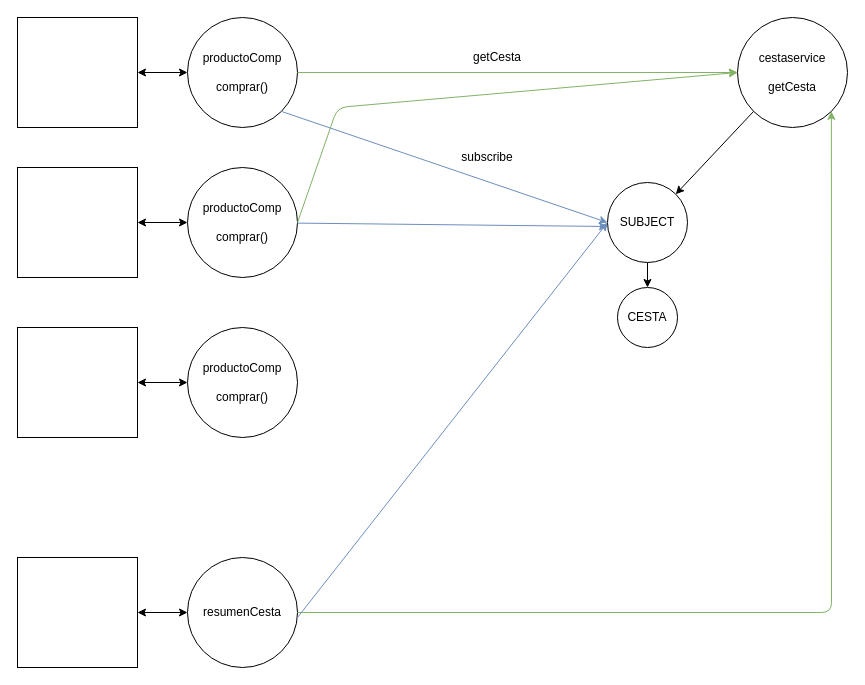
Above: page "Página-69" (69 of 69) of Dibujillos.drawio in lrag/MEAN_2021 (draw.io), before the change. Source tidied: cells renumbered, new cells numbered last; positions are measured from the earlier drawing's top-left corner, leaving out a move shared by most shapes. Both pictures are drawn from the tidied source at 100%, with x=0, y=0 at pixel (17, 17).
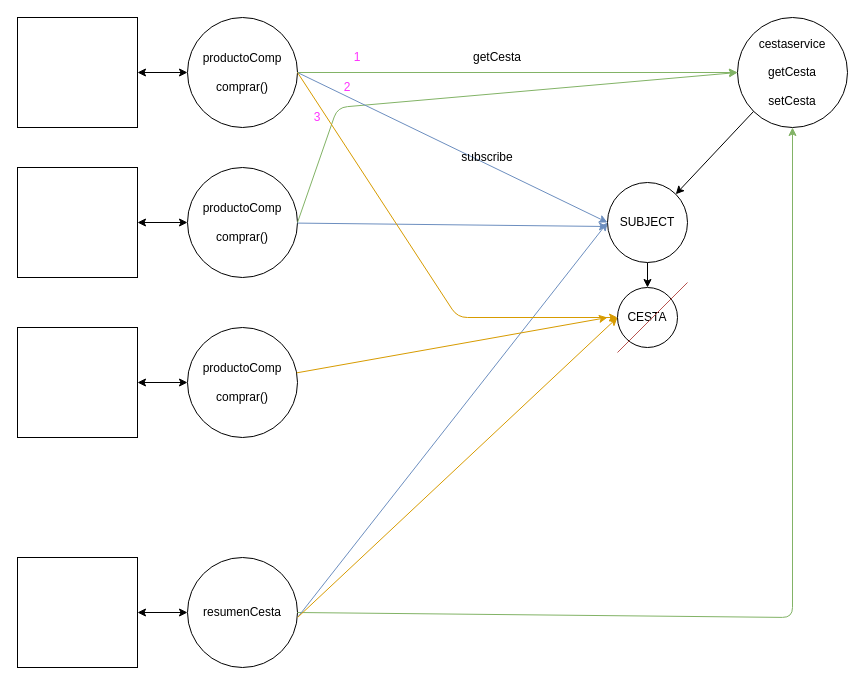
The same diagram, later.

Commit message (it also covers changes not shown here):
El magico fin de fiesta

Unchanged cells that the change refers to:
```xml
<mxCell id="3" value="productoComp&lt;br&gt;&lt;br&gt;comprar()" style="ellipse;whiteSpace=wrap;html=1;" parent="1" vertex="1">
  <mxGeometry x="170" width="110" height="110" as="geometry" />
</mxCell>
<mxCell id="9" value="productoComp&lt;br&gt;&lt;br&gt;comprar()" style="ellipse;whiteSpace=wrap;html=1;" parent="1" vertex="1">
  <mxGeometry x="170" y="310" width="110" height="110" as="geometry" />
</mxCell>
<mxCell id="12" value="resumenCesta" style="ellipse;whiteSpace=wrap;html=1;" parent="1" vertex="1">
  <mxGeometry x="170" y="540" width="110" height="110" as="geometry" />
</mxCell>
<mxCell id="20" value="SUBJECT" style="ellipse;whiteSpace=wrap;html=1;" parent="1" vertex="1">
  <mxGeometry x="590" y="165" width="80" height="80" as="geometry" />
</mxCell>
<mxCell id="26" value="CESTA" style="ellipse;whiteSpace=wrap;html=1;" parent="1" vertex="1">
  <mxGeometry x="600" y="270" width="60" height="60" as="geometry" />
</mxCell>
```

Diff of the diagram source:
```diff
@@
-    <mxCell id="14" value="cestaservice&lt;br&gt;&lt;br&gt;getCesta" style="ellipse;whiteSpace=wrap;html=1;" parent="1" vertex="1">
+    <mxCell id="14" value="cestaservice&lt;br&gt;&lt;br&gt;getCesta&lt;br&gt;&lt;br&gt;setCesta" style="ellipse;whiteSpace=wrap;html=1;" parent="1" vertex="1">
       <mxGeometry x="720" width="110" height="110" as="geometry" />
     </mxCell>
@@
-    <mxCell id="17" style="endArrow=classic;html=1;exitX=1;exitY=0.5;exitDx=0;exitDy=0;entryX=1;entryY=1;entryDx=0;entryDy=0;fillColor=#d5e8d4;strokeColor=#82b366;" parent="1" edge="1" source="12" target="14">
+    <mxCell id="17" style="endArrow=classic;html=1;exitX=1;exitY=0.5;exitDx=0;exitDy=0;entryX=0.5;entryY=1;entryDx=0;entryDy=0;fillColor=#d5e8d4;strokeColor=#82b366;" parent="1" edge="1" source="12" target="14">
       <mxGeometry relative="1" as="geometry">
         <Array as="points">
-          <mxPoint x="814" y="595" />
+          <mxPoint x="775" y="600" />
         </Array>
       </mxGeometry>
     </mxCell>
@@
-    <mxCell id="22" style="endArrow=classic;html=1;exitX=1;exitY=1;exitDx=0;exitDy=0;entryX=0;entryY=0.5;entryDx=0;entryDy=0;fillColor=#dae8fc;strokeColor=#6c8ebf;" parent="1" edge="1" source="3" target="20">
+    <mxCell id="22" style="endArrow=classic;html=1;exitX=1;exitY=0.5;exitDx=0;exitDy=0;entryX=0;entryY=0.5;entryDx=0;entryDy=0;fillColor=#dae8fc;strokeColor=#6c8ebf;" parent="1" edge="1" source="3" target="20">
       <mxGeometry relative="1" as="geometry" />
     </mxCell>
@@
+    <mxCell id="27" style="endArrow=classic;html=1;exitX=1;exitY=0.5;exitDx=0;exitDy=0;entryX=0;entryY=0.5;entryDx=0;entryDy=0;fillColor=#ffe6cc;strokeColor=#d79b00;" parent="1" edge="1" source="3" target="26">
+      <mxGeometry relative="1" as="geometry">
+        <Array as="points">
+          <mxPoint x="440" y="300" />
+        </Array>
+      </mxGeometry>
+    </mxCell>
+    <mxCell id="28" style="endArrow=classic;html=1;entryX=0;entryY=0.5;entryDx=0;entryDy=0;fillColor=#ffe6cc;strokeColor=#d79b00;" parent="1" edge="1" target="26">
+      <mxGeometry relative="1" as="geometry">
+        <mxPoint x="280" y="600" as="sourcePoint" />
+      </mxGeometry>
+    </mxCell>
+    <mxCell id="29" value="&lt;font color=&quot;#ff33ff&quot;&gt;1&lt;/font&gt;" style="text;html=1;strokeColor=none;fillColor=none;align=center;verticalAlign=middle;whiteSpace=wrap;rounded=0;" parent="1" vertex="1">
+      <mxGeometry x="320" y="30" width="40" height="20" as="geometry" />
+    </mxCell>
+    <mxCell id="30" value="&lt;font color=&quot;#ff33ff&quot;&gt;2&lt;/font&gt;" style="text;html=1;strokeColor=none;fillColor=none;align=center;verticalAlign=middle;whiteSpace=wrap;rounded=0;" parent="1" vertex="1">
+      <mxGeometry x="310" y="60" width="40" height="20" as="geometry" />
+    </mxCell>
+    <mxCell id="31" value="&lt;font color=&quot;#ff33ff&quot;&gt;3&lt;/font&gt;" style="text;html=1;strokeColor=none;fillColor=none;align=center;verticalAlign=middle;whiteSpace=wrap;rounded=0;" parent="1" vertex="1">
+      <mxGeometry x="280" y="90" width="40" height="20" as="geometry" />
+    </mxCell>
+    <mxCell id="32" style="endArrow=classic;html=1;fillColor=#ffe6cc;strokeColor=#d79b00;" parent="1" edge="1" source="9">
+      <mxGeometry relative="1" as="geometry">
+        <mxPoint x="590" y="300" as="targetPoint" />
+      </mxGeometry>
+    </mxCell>
+    <mxCell id="33" style="endArrow=none;html=1;fillColor=#f8cecc;strokeColor=#b85450;" parent="1" edge="1">
+      <mxGeometry relative="1" as="geometry">
+        <mxPoint x="600" y="335" as="sourcePoint" />
+        <mxPoint x="670" y="265" as="targetPoint" />
+      </mxGeometry>
+    </mxCell>
```
